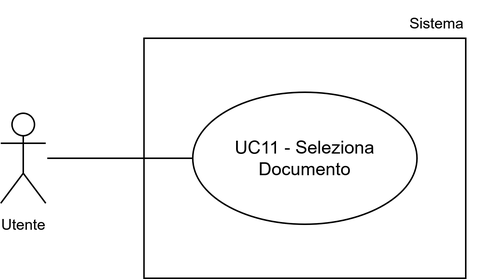
Above: assets/uml/UC11.png in 7-ZPUs/Docs (draw.io), before the change. Source tidied: cells renumbered, new cells last; positions are measured from the earlier drawing's top-left corner, leaving out a move shared by most shapes.
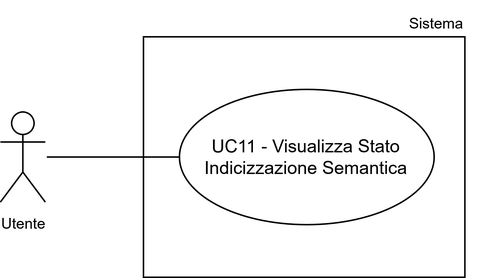
Later version of the same file.

Change to the diagram source:
```diff
@@ -2,22 +2,22 @@
   <root>
     <mxCell id="0" />
     <mxCell id="1" parent="0" />
-    <mxCell id="2" value="c" style="whiteSpace=wrap;html=1;" parent="1" vertex="1">
-      <mxGeometry x="95.5" y="25" width="214.5" height="160" as="geometry" />
+    <mxCell id="2" style="whiteSpace=wrap;html=1;" parent="1" vertex="1">
+      <mxGeometry x="-687.8" y="8294" width="214.5" height="160" as="geometry" />
     </mxCell>
-    <mxCell id="3" value="UC11 - Seleziona Documento" style="ellipse;whiteSpace=wrap;html=1;" parent="1" vertex="1">
-      <mxGeometry x="128" y="61" width="149.5" height="88" as="geometry" />
+    <mxCell id="3" value="&lt;font style=&quot;font-size: 10px;&quot;&gt;Utente&lt;/font&gt;" style="shape=umlActor;verticalLabelPosition=bottom;verticalAlign=top;html=1;outlineConnect=0;" parent="1" vertex="1">
+      <mxGeometry x="-783.2" y="8344" width="30" height="60" as="geometry" />
     </mxCell>
-    <mxCell id="4" value="&lt;font style=&quot;font-size: 10px;&quot;&gt;Utente&lt;/font&gt;" style="shape=umlActor;verticalLabelPosition=bottom;verticalAlign=top;html=1;" parent="1" vertex="1">
-      <mxGeometry y="75" width="30" height="60" as="geometry" />
+    <mxCell id="4" style="endArrow=none;html=1;rounded=0;entryX=0;entryY=0.5;entryDx=0;entryDy=0;" parent="1" edge="1" target="6">
+      <mxGeometry relative="1" as="geometry">
+        <mxPoint x="-752.2" y="8374" as="sourcePoint" />
+      </mxGeometry>
     </mxCell>
     <mxCell id="5" value="Sistema" style="text;html=1;whiteSpace=wrap;strokeColor=none;fillColor=none;align=center;verticalAlign=middle;rounded=0;fontSize=10;" parent="1" vertex="1">
-      <mxGeometry x="261" width="60" height="30" as="geometry" />
+      <mxGeometry x="-521.8" y="8270" width="60" height="30" as="geometry" />
     </mxCell>
-    <mxCell id="6" style="endArrow=none;html=1;rounded=0;entryX=0;entryY=0.5;entryDx=0;entryDy=0;" parent="1" edge="1" target="3">
-      <mxGeometry relative="1" as="geometry">
-        <mxPoint x="31" y="105" as="sourcePoint" />
-      </mxGeometry>
+    <mxCell id="6" value="UC11 - Visualizza Stato Indicizzazione Semantica" style="ellipse;whiteSpace=wrap;html=1;" parent="1" vertex="1">
+      <mxGeometry x="-663.8" y="8329" width="170" height="90" as="geometry" />
     </mxCell>
   </root>
 </mxGraphModel>
```
